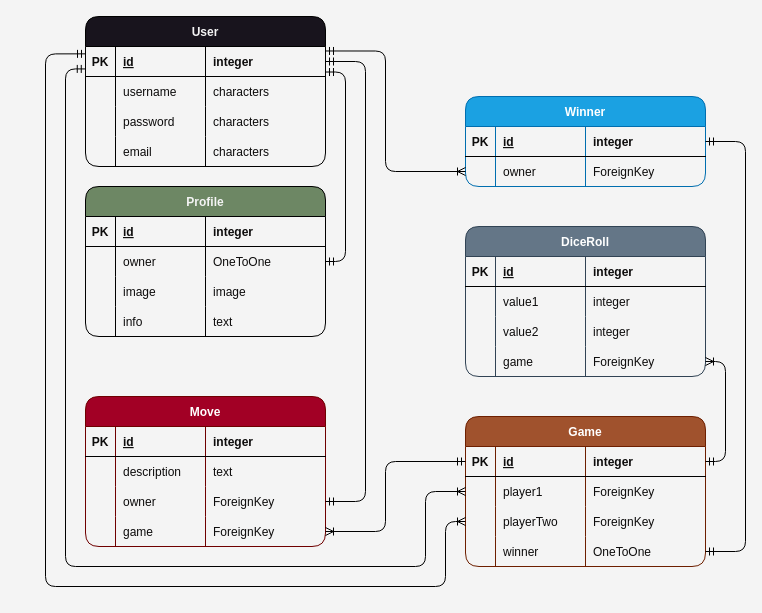
Earlier version of the draw.io diagram docs/assets/erd.drawio (DaveyJH/backgammon-back-end). Source tidied: cells renumbered, new cells numbered last; positions are measured from the earlier drawing's top-left corner, leaving out a move shared by most shapes. Both pictures are drawn from the tidied source at 100%, with x=0, y=0 at pixel (45, 16).
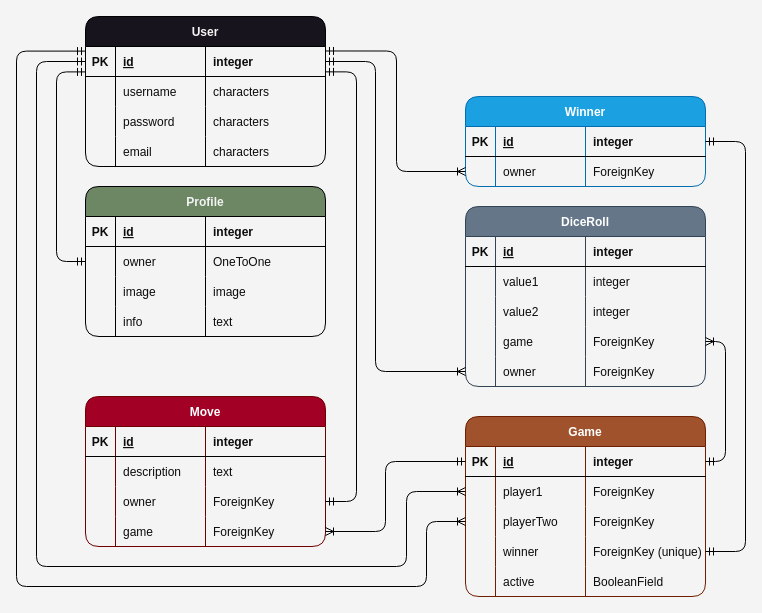
Above is the later version.

Commit message (it also covers changes not shown here):
docs: Add bug content and updated ERD

- closes #9

Unchanged cells that the change refers to:
```xml
<mxCell id="8" style="shape=tableRow;horizontal=0;startSize=0;swimlaneHead=0;swimlaneBody=0;fillColor=none;points=[[0,0.5],[1,0.5]];portConstraint=eastwest;top=0;left=0;right=0;bottom=0;strokeColor=#000000;fontColor=#0d0c0c;labelBackgroundColor=none;" parent="3" vertex="1">
  <mxGeometry y="60" width="240" height="30" as="geometry" />
</mxCell>
<mxCell id="21" style="shape=tableRow;horizontal=0;startSize=0;swimlaneHead=0;swimlaneBody=0;fillColor=none;points=[[0,0.5],[1,0.5]];portConstraint=eastwest;top=0;left=0;right=0;bottom=1;strokeColor=#000000;fontColor=#0d0c0c;labelBackgroundColor=none;" parent="20" vertex="1">
  <mxGeometry y="30" width="240" height="30" as="geometry" />
</mxCell>
<mxCell id="50" style="shape=tableRow;horizontal=0;startSize=0;swimlaneHead=0;swimlaneBody=0;fillColor=none;points=[[0,0.5],[1,0.5]];portConstraint=eastwest;top=0;left=0;right=0;bottom=0;strokeColor=#000000;fontColor=#0d0c0c;labelBackgroundColor=none;" parent="37" vertex="1">
  <mxGeometry y="120" width="240" height="30" as="geometry" />
</mxCell>
<mxCell id="59" style="shape=tableRow;horizontal=0;startSize=0;swimlaneHead=0;swimlaneBody=0;fillColor=none;points=[[0,0.5],[1,0.5]];portConstraint=eastwest;top=0;left=0;right=0;bottom=0;strokeColor=#000000;fontColor=#0d0c0c;labelBackgroundColor=none;" parent="54" vertex="1">
  <mxGeometry y="60" width="240" height="30" as="geometry" />
</mxCell>
<mxCell id="65" style="shape=tableRow;horizontal=0;startSize=0;swimlaneHead=0;swimlaneBody=0;fillColor=none;points=[[0,0.5],[1,0.5]];portConstraint=eastwest;top=0;left=0;right=0;bottom=1;strokeColor=#000000;fontColor=#0d0c0c;labelBackgroundColor=none;" parent="64" vertex="1">
  <mxGeometry y="30" width="240" height="30" as="geometry" />
</mxCell>
<mxCell id="69" style="shape=tableRow;horizontal=0;startSize=0;swimlaneHead=0;swimlaneBody=0;fillColor=none;points=[[0,0.5],[1,0.5]];portConstraint=eastwest;top=0;left=0;right=0;bottom=0;strokeColor=#000000;fontColor=#0d0c0c;labelBackgroundColor=none;" parent="64" vertex="1">
  <mxGeometry y="60" width="240" height="30" as="geometry" />
</mxCell>
<mxCell id="73" style="shape=tableRow;horizontal=0;startSize=0;swimlaneHead=0;swimlaneBody=0;fillColor=none;points=[[0,0.5],[1,0.5]];portConstraint=eastwest;top=0;left=0;right=0;bottom=0;strokeColor=#000000;fontColor=#0d0c0c;labelBackgroundColor=none;" parent="64" vertex="1">
  <mxGeometry y="90" width="240" height="30" as="geometry" />
</mxCell>
<mxCell id="77" style="shape=tableRow;horizontal=0;startSize=0;swimlaneHead=0;swimlaneBody=0;fillColor=none;points=[[0,0.5],[1,0.5]];portConstraint=eastwest;top=0;left=0;right=0;bottom=0;strokeColor=#000000;fontColor=#0d0c0c;labelBackgroundColor=none;" parent="64" vertex="1">
  <mxGeometry y="120" width="240" height="30" as="geometry" />
</mxCell>
<mxCell id="92" style="shape=tableRow;horizontal=0;startSize=0;swimlaneHead=0;swimlaneBody=0;fillColor=none;points=[[0,0.5],[1,0.5]];portConstraint=eastwest;top=0;left=0;right=0;bottom=0;strokeColor=#000000;fontColor=#0d0c0c;labelBackgroundColor=none;" parent="83" vertex="1">
  <mxGeometry y="90" width="240" height="30" as="geometry" />
</mxCell>
```

The edit, as a diff of the source:
```diff
@@
-    <mxCell id="2" style="edgeStyle=orthogonalEdgeStyle;html=1;exitX=1;exitY=0.5;exitDx=0;exitDy=0;startArrow=ERmandOne;startFill=0;endArrow=ERmandOne;endFill=0;strokeColor=#000000;fontColor=#0d0c0c;labelBackgroundColor=none;entryX=1;entryY=0.851;entryDx=0;entryDy=0;entryPerimeter=0;" parent="1" edge="1" source="8" target="21">
+    <mxCell id="2" style="edgeStyle=orthogonalEdgeStyle;html=1;exitX=0;exitY=0.5;exitDx=0;exitDy=0;startArrow=ERmandOne;startFill=0;endArrow=ERmandOne;endFill=0;strokeColor=#000000;fontColor=#0d0c0c;labelBackgroundColor=none;entryX=0;entryY=0.847;entryDx=0;entryDy=0;entryPerimeter=0;" parent="1" edge="1" source="8" target="21">
       <mxGeometry relative="1" as="geometry">
         <Array as="points">
-          <mxPoint x="300" y="245" />
-          <mxPoint x="300" y="56" />
+          <mxPoint x="11" y="245" />
+          <mxPoint x="11" y="55" />
         </Array>
       </mxGeometry>
     </mxCell>
@@
     <mxCell id="37" value="DiceRoll" style="shape=table;startSize=30;childLayout=tableLayout;rowLines=0;fontStyle=1;align=center;strokeColor=#314354;labelBackgroundColor=none;fillColor=#647687;fontColor=#ffffff;perimeterSpacing=0;rounded=1;" parent="1" vertex="1">
-      <mxGeometry x="420" y="210" width="240" height="150" as="geometry" />
+      <mxGeometry x="420" y="190" width="240" height="180" as="geometry" />
     </mxCell>
@@
+    <mxCell id="104" style="shape=tableRow;horizontal=0;startSize=0;swimlaneHead=0;swimlaneBody=0;fillColor=none;points=[[0,0.5],[1,0.5]];portConstraint=eastwest;top=0;left=0;right=0;bottom=0;strokeColor=#000000;fontColor=#0d0c0c;labelBackgroundColor=none;" parent="37" vertex="1">
+      <mxGeometry y="150" width="240" height="30" as="geometry" />
+    </mxCell>
+    <mxCell id="105" style="shape=partialRectangle;fillColor=none;top=0;left=0;bottom=0;right=0;overflow=hidden;strokeColor=#000000;fontColor=#0d0c0c;labelBackgroundColor=none;" parent="104" vertex="1">
+      <mxGeometry width="30" height="30" as="geometry" />
+    </mxCell>
+    <mxCell id="106" value="owner" style="shape=partialRectangle;fillColor=none;top=0;left=0;bottom=0;right=0;align=left;spacingLeft=6;overflow=hidden;strokeColor=#000000;fontColor=#0d0c0c;labelBackgroundColor=none;" parent="104" vertex="1">
+      <mxGeometry x="30" width="90" height="30" as="geometry" />
+    </mxCell>
+    <mxCell id="107" value="ForeignKey" style="shape=partialRectangle;fillColor=none;top=0;left=0;bottom=0;right=0;align=left;spacingLeft=6;overflow=hidden;strokeColor=#000000;fontColor=#0d0c0c;labelBackgroundColor=none;" parent="104" vertex="1">
+      <mxGeometry x="120" width="120" height="30" as="geometry" />
+    </mxCell>
@@
     <mxCell id="63" style="edgeStyle=orthogonalEdgeStyle;html=1;exitX=0;exitY=0.5;exitDx=0;exitDy=0;labelBackgroundColor=none;strokeColor=#000000;fontColor=#000000;startArrow=ERoneToMany;startFill=0;endArrow=ERmandOne;endFill=0;entryX=1;entryY=0.149;entryDx=0;entryDy=0;entryPerimeter=0;" parent="1" edge="1" source="59" target="21">
       <mxGeometry relative="1" as="geometry">
         <Array as="points">
-          <mxPoint x="340" y="155" />
-          <mxPoint x="340" y="35" />
+          <mxPoint x="351" y="155" />
+          <mxPoint x="351" y="35" />
         </Array>
       </mxGeometry>
     </mxCell>
     <mxCell id="64" value="Game" style="shape=table;startSize=30;childLayout=tableLayout;rowLines=0;fontStyle=1;align=center;fillColor=#a0522d;fontColor=#ffffff;strokeColor=#6D1F00;labelBackgroundColor=none;rounded=1;" parent="1" vertex="1">
-      <mxGeometry x="420" y="400" width="240" height="150" as="geometry" />
+      <mxGeometry x="420" y="400" width="240" height="180" as="geometry" />
     </mxCell>
@@
-    <mxCell id="80" value="OneToOne" style="shape=partialRectangle;fillColor=none;top=0;left=0;bottom=0;right=0;align=left;spacingLeft=6;overflow=hidden;strokeColor=#000000;fontColor=#0d0c0c;labelBackgroundColor=none;" parent="77" vertex="1">
+    <mxCell id="80" value="ForeignKey (unique)" style="shape=partialRectangle;fillColor=none;top=0;left=0;bottom=0;right=0;align=left;spacingLeft=6;overflow=hidden;strokeColor=#000000;fontColor=#0d0c0c;labelBackgroundColor=none;" parent="77" vertex="1">
       <mxGeometry x="120" width="120" height="30" as="geometry" />
     </mxCell>
+    <mxCell id="108" style="shape=tableRow;horizontal=0;startSize=0;swimlaneHead=0;swimlaneBody=0;fillColor=none;top=0;left=0;right=0;bottom=0;strokeColor=#000000;fontColor=#0d0c0c;labelBackgroundColor=none;" parent="64" vertex="1">
+      <mxGeometry y="150" width="240" height="30" as="geometry" />
+    </mxCell>
+    <mxCell id="109" style="shape=partialRectangle;fillColor=none;top=0;left=0;bottom=0;right=0;overflow=hidden;strokeColor=#000000;fontColor=#0d0c0c;labelBackgroundColor=none;" parent="108" vertex="1">
+      <mxGeometry width="30" height="30" as="geometry" />
+    </mxCell>
+    <mxCell id="110" value="active" style="shape=partialRectangle;fillColor=none;top=0;left=0;bottom=0;right=0;align=left;spacingLeft=6;overflow=hidden;strokeColor=#000000;fontColor=#0d0c0c;labelBackgroundColor=none;" parent="108" vertex="1">
+      <mxGeometry x="30" width="90" height="30" as="geometry" />
+    </mxCell>
+    <mxCell id="111" value="BooleanField" style="shape=partialRectangle;fillColor=none;top=0;left=0;bottom=0;right=0;align=left;spacingLeft=6;overflow=hidden;strokeColor=#000000;fontColor=#0d0c0c;labelBackgroundColor=none;" parent="108" vertex="1">
+      <mxGeometry x="120" width="120" height="30" as="geometry" />
+    </mxCell>
@@
-    <mxCell id="82" style="edgeStyle=orthogonalEdgeStyle;html=1;entryX=0;entryY=0.5;entryDx=0;entryDy=0;labelBackgroundColor=none;strokeColor=#000000;fontColor=#000000;startArrow=ERmandOne;startFill=0;endArrow=ERoneToMany;endFill=0;exitX=-0.001;exitY=0.748;exitDx=0;exitDy=0;exitPerimeter=0;" parent="1" edge="1" source="21" target="69">
+    <mxCell id="82" style="edgeStyle=orthogonalEdgeStyle;html=1;entryX=0;entryY=0.5;entryDx=0;entryDy=0;labelBackgroundColor=none;strokeColor=#000000;fontColor=#000000;startArrow=ERmandOne;startFill=0;endArrow=ERoneToMany;endFill=0;exitX=0;exitY=0.5;exitDx=0;exitDy=0;" parent="1" edge="1" source="21" target="69">
       <mxGeometry relative="1" as="geometry">
         <Array as="points">
-          <mxPoint x="20" y="52" />
-          <mxPoint x="20" y="550" />
-          <mxPoint x="380" y="550" />
-          <mxPoint x="380" y="475" />
+          <mxPoint x="-9" y="45" />
+          <mxPoint x="-9" y="550" />
+          <mxPoint x="361" y="550" />
+          <mxPoint x="361" y="475" />
         </Array>
       </mxGeometry>
     </mxCell>
@@
-    <mxCell id="100" style="edgeStyle=orthogonalEdgeStyle;html=1;exitX=1;exitY=0.5;exitDx=0;exitDy=0;startArrow=ERmandOne;startFill=0;endArrow=ERmandOne;endFill=0;strokeColor=#000000;fontColor=#0d0c0c;labelBackgroundColor=none;entryX=1;entryY=0.5;entryDx=0;entryDy=0;" parent="1" edge="1" source="92" target="21">
+    <mxCell id="100" style="edgeStyle=orthogonalEdgeStyle;html=1;exitX=1;exitY=0.5;exitDx=0;exitDy=0;startArrow=ERmandOne;startFill=0;endArrow=ERmandOne;endFill=0;strokeColor=#000000;fontColor=#0d0c0c;labelBackgroundColor=none;entryX=1;entryY=0.845;entryDx=0;entryDy=0;entryPerimeter=0;" parent="1" edge="1" source="92" target="21">
       <mxGeometry relative="1" as="geometry">
         <Array as="points">
-          <mxPoint x="320" y="485" />
-          <mxPoint x="320" y="45" />
+          <mxPoint x="311" y="485" />
+          <mxPoint x="311" y="55" />
         </Array>
       </mxGeometry>
     </mxCell>
     <mxCell id="101" style="edgeStyle=orthogonalEdgeStyle;html=1;exitX=1;exitY=0.5;exitDx=0;exitDy=0;entryX=1;entryY=0.5;entryDx=0;entryDy=0;labelBackgroundColor=none;strokeColor=#000000;fontColor=#000000;startArrow=ERoneToMany;startFill=0;endArrow=ERmandOne;endFill=0;" parent="1" edge="1" source="50" target="65">
       <mxGeometry relative="1" as="geometry">
         <Array as="points">
-          <mxPoint x="680" y="345" />
+          <mxPoint x="680" y="325" />
           <mxPoint x="680" y="445" />
         </Array>
       </mxGeometry>
     </mxCell>
@@
-    <mxCell id="103" style="edgeStyle=orthogonalEdgeStyle;html=1;exitX=0;exitY=0.5;exitDx=0;exitDy=0;labelBackgroundColor=none;strokeColor=#000000;fontColor=#000000;startArrow=ERoneToMany;startFill=0;endArrow=ERmandOne;endFill=0;entryX=0;entryY=0.245;entryDx=0;entryDy=0;entryPerimeter=0;" parent="1" edge="1" source="73" target="21">
+    <mxCell id="103" style="edgeStyle=orthogonalEdgeStyle;html=1;exitX=0;exitY=0.5;exitDx=0;exitDy=0;labelBackgroundColor=none;strokeColor=#000000;fontColor=#000000;startArrow=ERoneToMany;startFill=0;endArrow=ERmandOne;endFill=0;entryX=0;entryY=0.154;entryDx=0;entryDy=0;entryPerimeter=0;" parent="1" edge="1" source="73" target="21">
       <mxGeometry relative="1" as="geometry">
         <Array as="points">
-          <mxPoint x="400" y="505" />
-          <mxPoint x="400" y="570" />
-          <mxPoint y="570" />
-          <mxPoint y="37" />
+          <mxPoint x="381" y="505" />
+          <mxPoint x="381" y="570" />
+          <mxPoint x="-29" y="570" />
+          <mxPoint x="-29" y="35" />
         </Array>
       </mxGeometry>
     </mxCell>
+    <mxCell id="112" style="edgeStyle=orthogonalEdgeStyle;html=1;exitX=0;exitY=0.5;exitDx=0;exitDy=0;startArrow=ERoneToMany;startFill=0;endArrow=ERmandOne;endFill=0;strokeColor=#000000;fontColor=#0d0c0c;labelBackgroundColor=none;entryX=1;entryY=0.5;entryDx=0;entryDy=0;" parent="1" edge="1" source="104" target="21">
+      <mxGeometry relative="1" as="geometry">
+        <Array as="points">
+          <mxPoint x="330" y="355" />
+          <mxPoint x="330" y="45" />
+        </Array>
+      </mxGeometry>
+    </mxCell>
```
